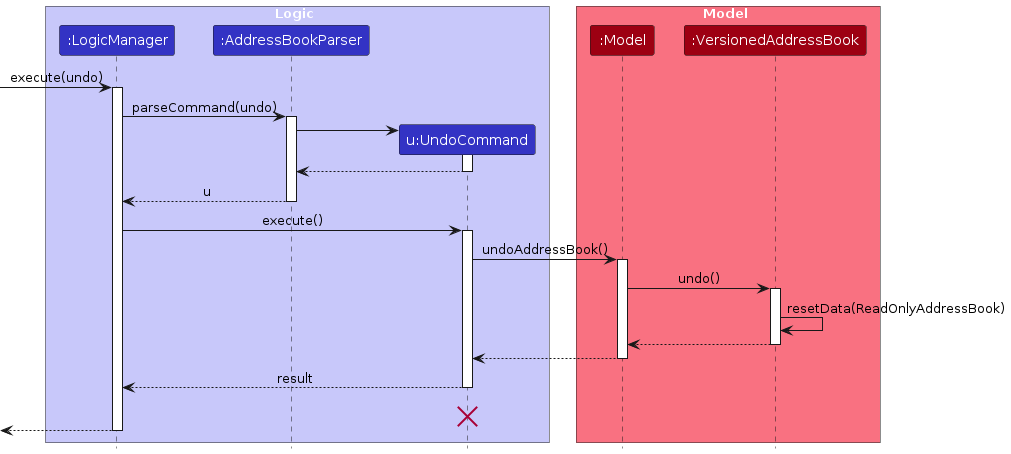
Before: diagrams/UndoSequenceDiagram.png, a diagram exported from PlantUML (AY2324S1-CS2103T-T14-3/tp). Its source is kept beside it as diagrams/UndoSequenceDiagram.puml.
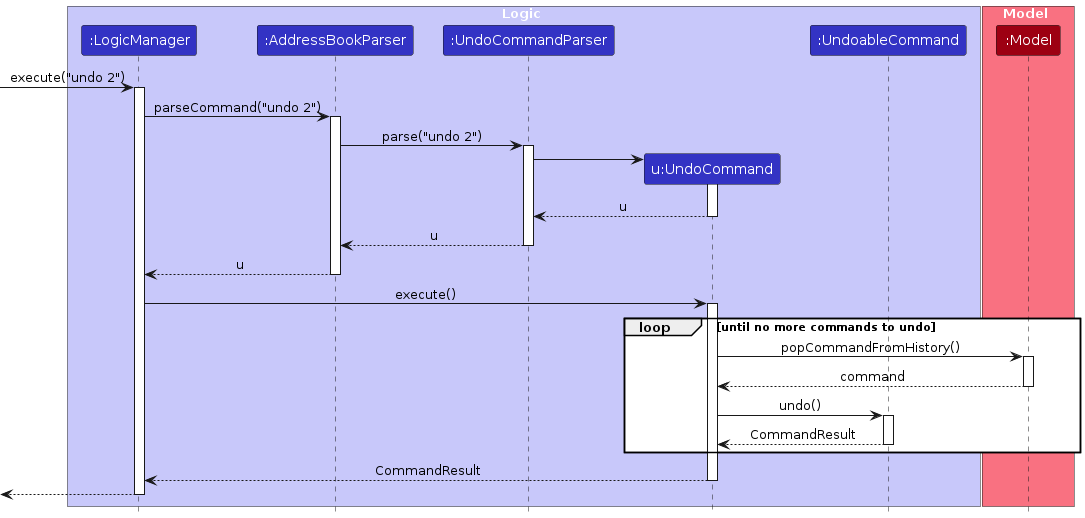
After the change.

What changed in the source:
```diff
@@ -5,25 +5,33 @@
 box Logic LOGIC_COLOR_T1
 participant ":LogicManager" as LogicManager LOGIC_COLOR
 participant ":AddressBookParser" as AddressBookParser LOGIC_COLOR
+participant ":UndoCommandParser" as UndoCommandParser LOGIC_COLOR
 participant "u:UndoCommand" as UndoCommand LOGIC_COLOR
+participant ":UndoableCommand" as UndoableCommand LOGIC_COLOR
 end box
 
 box Model MODEL_COLOR_T1
 participant ":Model" as Model MODEL_COLOR
-participant ":VersionedAddressBook" as VersionedAddressBook MODEL_COLOR
 end box
-[-> LogicManager : execute(undo)
+
+-> LogicManager : execute("undo 2")
 activate LogicManager
 
-LogicManager -> AddressBookParser : parseCommand(undo)
+LogicManager -> AddressBookParser : parseCommand("undo 2")
 activate AddressBookParser
 
+AddressBookParser -> UndoCommandParser : parse("undo 2")
+activate UndoCommandParser
+
 create UndoCommand
-AddressBookParser -> UndoCommand
+UndoCommandParser -> UndoCommand
 activate UndoCommand
 
-UndoCommand --> AddressBookParser
+UndoCommand --> UndoCommandParser : u
 deactivate UndoCommand
+
+UndoCommandParser --> AddressBookParser : u
+deactivate UndoCommandParser
 
 AddressBookParser --> LogicManager : u
 deactivate AddressBookParser
@@ -31,24 +39,31 @@
 LogicManager -> UndoCommand : execute()
 activate UndoCommand
 
-UndoCommand -> Model : undoAddressBook()
-activate Model
+loop until no more commands to undo
+        UndoCommand -> Model : popCommandFromHistory()
+        activate Model
 
-Model -> VersionedAddressBook : undo()
-activate VersionedAddressBook
+        Model --> UndoCommand : command
+        deactivate Model
 
-VersionedAddressBook -> VersionedAddressBook :resetData(ReadOnlyAddressBook)
-VersionedAddressBook --> Model :
-deactivate VersionedAddressBook
+        UndoCommand -> UndoableCommand : undo()
+        activate UndoableCommand
 
-Model --> UndoCommand
-deactivate Model
 
-UndoCommand --> LogicManager : result
+        UndoableCommand --> UndoCommand : CommandResult
+        deactivate UndoableCommand
+
+
+end
+
+ UndoCommand --> LogicManager : CommandResult
+ deactivate UndoCommand
+ <-- LogicManager:
+ deactivate LogicManager
+
+
+
 deactivate UndoCommand
-UndoCommand -[hidden]-> LogicManager : result
-destroy UndoCommand
 
-[<--LogicManager
-deactivate LogicManager
+
 @enduml
```
